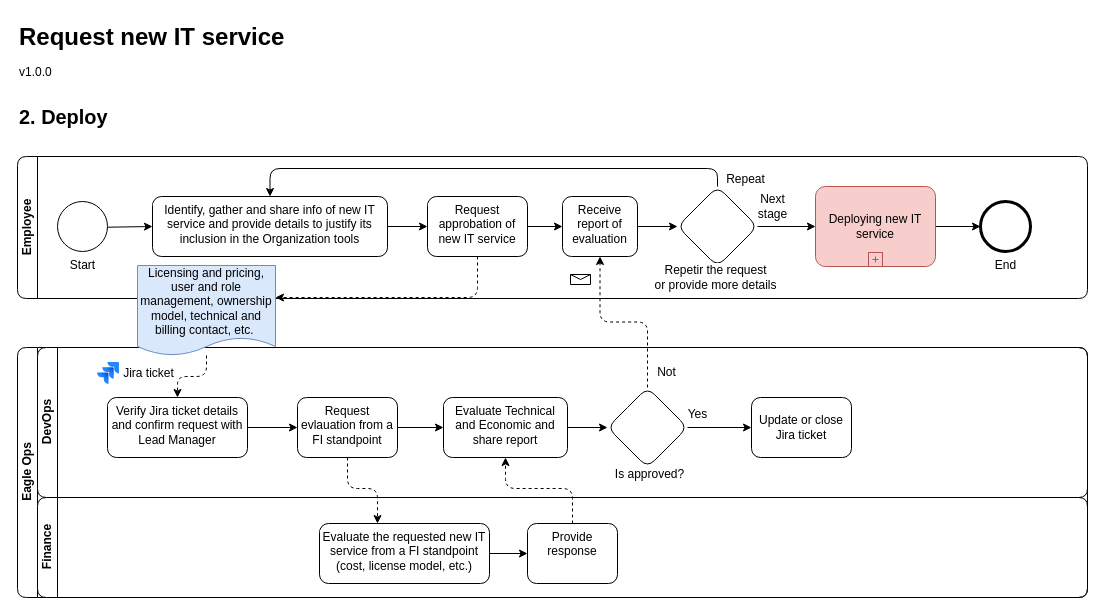
Before: page "Request new IT service - 2 Deploy" (8 of 8) of diagrams/eagleops-proc.drawio in chilcano/how-tos, a draw.io diagram. Source tidied: cells renumbered, new cells numbered last; positions are measured from the earlier drawing's top-left corner, leaving out a move shared by most shapes. Both pictures are drawn from the tidied source at 100%, with x=0, y=0 at pixel (17, 17).
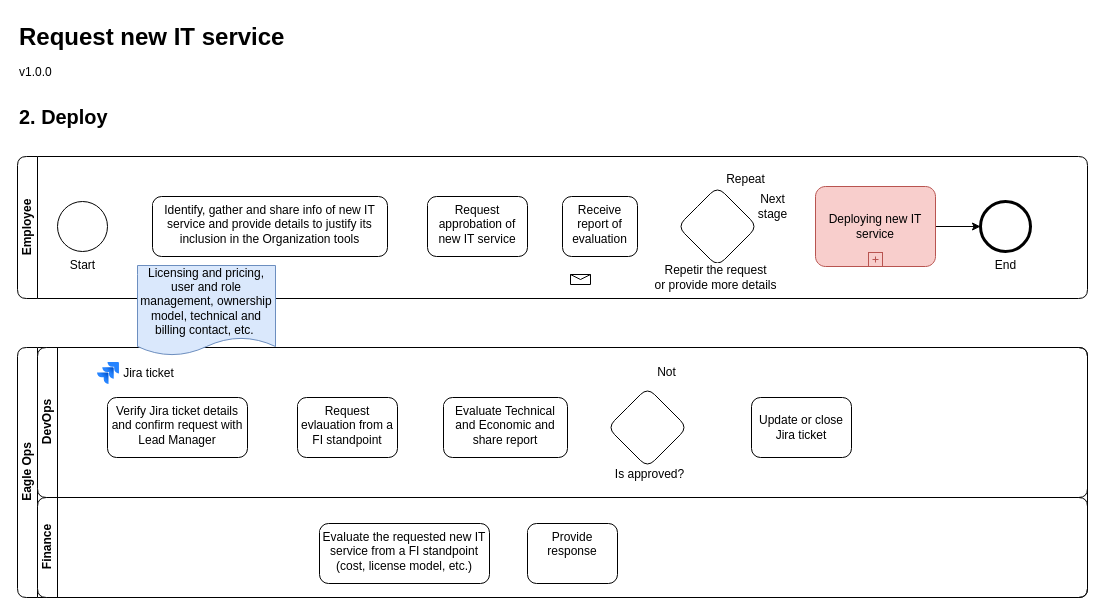
Above is the later version.

Commit message (it also covers changes not shown here):
feat(processes): add deploy new service diagram

BREAKING CHANGE: The deploy new service is still in draft. This process
is not recommended for production.

Unchanged cells that the change refers to:
```xml
<mxCell id="4" value="Eagle Ops" style="swimlane;horizontal=0;startSize=20;html=1;rounded=1;" parent="1" vertex="1">
  <mxGeometry y="330" width="1070" height="250" as="geometry" />
</mxCell>
<mxCell id="5" value="DevOps" style="swimlane;startSize=20;horizontal=0;html=1;rounded=1;" parent="4" vertex="1">
  <mxGeometry x="20" width="1050" height="150" as="geometry" />
</mxCell>
<mxCell id="7" value="Verify Jira ticket details and confirm request with Lead Manager" style="whiteSpace=wrap;html=1;verticalAlign=top;labelBackgroundColor=#ffffff;rounded=1;" parent="5" vertex="1">
  <mxGeometry x="70" y="50" width="140" height="60" as="geometry" />
</mxCell>
<mxCell id="8" value="Update or close Jira ticket" style="whiteSpace=wrap;html=1;rounded=1;" parent="5" vertex="1">
  <mxGeometry x="714" y="50" width="100" height="60" as="geometry" />
</mxCell>
<mxCell id="10" value="Request evlauation from a FI standpoint" style="whiteSpace=wrap;html=1;verticalAlign=top;labelBackgroundColor=#ffffff;rounded=1;" parent="5" vertex="1">
  <mxGeometry x="260" y="50" width="100" height="60" as="geometry" />
</mxCell>
<mxCell id="14" value="Evaluate Technical and Economic and share report" style="whiteSpace=wrap;html=1;verticalAlign=top;labelBackgroundColor=#ffffff;rounded=1;" parent="5" vertex="1">
  <mxGeometry x="406" y="50" width="124" height="60" as="geometry" />
</mxCell>
<mxCell id="17" style="rhombus;whiteSpace=wrap;html=1;verticalAlign=top;labelBackgroundColor=#ffffff;rounded=1;" parent="5" vertex="1">
  <mxGeometry x="570" y="40" width="80" height="80" as="geometry" />
</mxCell>
<mxCell id="20" value="Finance" style="swimlane;startSize=20;horizontal=0;html=1;rounded=1;" parent="4" vertex="1">
  <mxGeometry x="20" y="150" width="1050" height="100" as="geometry" />
</mxCell>
<mxCell id="22" value="Evaluate the requested new IT service from a FI standpoint (cost, license model, etc.)" style="whiteSpace=wrap;html=1;verticalAlign=top;labelBackgroundColor=#ffffff;rounded=1;" parent="20" vertex="1">
  <mxGeometry x="282" y="26" width="170" height="60" as="geometry" />
</mxCell>
<mxCell id="23" value="Provide response" style="whiteSpace=wrap;html=1;verticalAlign=top;labelBackgroundColor=#ffffff;rounded=1;" parent="20" vertex="1">
  <mxGeometry x="490" y="26" width="90" height="60" as="geometry" />
</mxCell>
<mxCell id="26" value="&lt;div&gt;Employee&lt;/div&gt;" style="swimlane;startSize=20;horizontal=0;html=1;whiteSpace=wrap;rounded=1;" parent="1" vertex="1">
  <mxGeometry y="139" width="1070" height="142" as="geometry" />
</mxCell>
<mxCell id="28" value="Start" style="points=[[0.145,0.145,0],[0.5,0,0],[0.855,0.145,0],[1,0.5,0],[0.855,0.855,0],[0.5,1,0],[0.145,0.855,0],[0,0.5,0]];shape=mxgraph.bpmn.event;html=1;verticalLabelPosition=bottom;labelBackgroundColor=#ffffff;verticalAlign=top;align=center;perimeter=ellipsePerimeter;outlineConnect=0;outline=standard;symbol=general;rounded=1;" parent="26" vertex="1">
  <mxGeometry x="40" y="45" width="50" height="50" as="geometry" />
</mxCell>
<mxCell id="30" value="Identify, gather and share info of new IT service and provide details to justify its inclusion in the Organization tools" style="whiteSpace=wrap;html=1;verticalAlign=top;labelBackgroundColor=#ffffff;rounded=1;" parent="26" vertex="1">
  <mxGeometry x="135" y="40" width="235" height="60" as="geometry" />
</mxCell>
<mxCell id="33" value="Request approbation of new IT service" style="whiteSpace=wrap;html=1;verticalAlign=top;labelBackgroundColor=#ffffff;rounded=1;" parent="26" vertex="1">
  <mxGeometry x="410" y="40" width="100" height="60" as="geometry" />
</mxCell>
<mxCell id="35" value="Receive report of evaluation" style="whiteSpace=wrap;html=1;verticalAlign=top;labelBackgroundColor=#ffffff;rounded=1;" parent="26" vertex="1">
  <mxGeometry x="545" y="40" width="75" height="60" as="geometry" />
</mxCell>
<mxCell id="38" style="rhombus;whiteSpace=wrap;html=1;verticalAlign=top;labelBackgroundColor=#ffffff;rounded=1;" parent="26" vertex="1">
  <mxGeometry x="660" y="30" width="80" height="80" as="geometry" />
</mxCell>
<mxCell id="42" value="Deploying new IT service" style="points=[[0.25,0,0],[0.5,0,0],[0.75,0,0],[1,0.25,0],[1,0.5,0],[1,0.75,0],[0.75,1,0],[0.5,1,0],[0.25,1,0],[0,0.75,0],[0,0.5,0],[0,0.25,0]];shape=mxgraph.bpmn.task;whiteSpace=wrap;rectStyle=rounded;size=10;html=1;taskMarker=abstract;isLoopSub=1;fillColor=#f8cecc;strokeColor=#b85450;" parent="26" vertex="1">
  <mxGeometry x="798" y="30" width="120" height="80" as="geometry" />
</mxCell>
<mxCell id="47" value="Licensing and pricing, user and role management, ownership model, technical and billing contact, etc.&amp;nbsp;" style="shape=document;whiteSpace=wrap;html=1;boundedLbl=1;size=0.2;fillColor=#dae8fc;strokeColor=#6c8ebf;" parent="1" vertex="1">
  <mxGeometry x="120" y="248" width="138" height="90" as="geometry" />
</mxCell>
```

What changed in the source:
```diff
@@
-    <mxCell id="6" style="edgeStyle=orthogonalEdgeStyle;html=1;" parent="5" edge="1" source="7" target="10">
-      <mxGeometry relative="1" as="geometry" />
-    </mxCell>
@@
-    <mxCell id="9" style="edgeStyle=orthogonalEdgeStyle;html=1;" parent="5" edge="1" source="10" target="14">
-      <mxGeometry relative="1" as="geometry" />
-    </mxCell>
@@
-    <mxCell id="13" style="edgeStyle=orthogonalEdgeStyle;html=1;" parent="5" edge="1" source="14" target="17">
-      <mxGeometry relative="1" as="geometry" />
-    </mxCell>
@@
-    <mxCell id="16" style="edgeStyle=orthogonalEdgeStyle;html=1;" parent="5" edge="1" source="17" target="8">
-      <mxGeometry relative="1" as="geometry" />
-    </mxCell>
@@
-    <mxCell id="19" value="Yes" style="text;html=1;align=center;verticalAlign=middle;strokeColor=none;fillColor=none;" parent="5" vertex="1">
-      <mxGeometry x="640" y="52" width="40" height="30" as="geometry" />
-    </mxCell>
@@
-    <mxCell id="21" style="edgeStyle=orthogonalEdgeStyle;html=1;" parent="20" edge="1" source="22" target="23">
-      <mxGeometry relative="1" as="geometry" />
-    </mxCell>
@@
-    <mxCell id="24" style="edgeStyle=orthogonalEdgeStyle;html=1;exitX=0.5;exitY=1;exitDx=0;exitDy=0;dashed=1;" parent="4" edge="1" source="10" target="22">
-      <mxGeometry relative="1" as="geometry">
-        <Array as="points">
-          <mxPoint x="330" y="141" />
-          <mxPoint x="360" y="141" />
-        </Array>
-      </mxGeometry>
-    </mxCell>
-    <mxCell id="25" style="edgeStyle=orthogonalEdgeStyle;html=1;dashed=1;" parent="4" edge="1" source="23" target="14">
-      <mxGeometry relative="1" as="geometry">
-        <Array as="points">
-          <mxPoint x="555" y="141" />
-          <mxPoint x="488" y="141" />
-        </Array>
-      </mxGeometry>
-    </mxCell>
@@
-    <mxCell id="27" style="edgeStyle=none;html=1;" parent="26" edge="1" source="28" target="30">
-      <mxGeometry relative="1" as="geometry" />
-    </mxCell>
@@
-    <mxCell id="29" style="edgeStyle=orthogonalEdgeStyle;html=1;" parent="26" edge="1" source="30" target="33">
-      <mxGeometry relative="1" as="geometry" />
-    </mxCell>
@@
-    <mxCell id="32" style="edgeStyle=orthogonalEdgeStyle;html=1;" parent="26" edge="1" source="33" target="35">
-      <mxGeometry relative="1" as="geometry" />
-    </mxCell>
@@
-    <mxCell id="34" style="edgeStyle=orthogonalEdgeStyle;html=1;entryX=0;entryY=0.5;entryDx=0;entryDy=0;" parent="26" edge="1" source="35" target="38">
-      <mxGeometry relative="1" as="geometry" />
-    </mxCell>
@@
-    <mxCell id="36" style="edgeStyle=orthogonalEdgeStyle;html=1;entryX=0.5;entryY=0;entryDx=0;entryDy=0;" parent="26" edge="1" source="38" target="30">
-      <mxGeometry relative="1" as="geometry">
-        <Array as="points">
-          <mxPoint x="700" y="12" />
-          <mxPoint x="253" y="12" />
-        </Array>
-      </mxGeometry>
-    </mxCell>
-    <mxCell id="37" style="edgeStyle=orthogonalEdgeStyle;html=1;entryX=0;entryY=0.5;entryDx=0;entryDy=0;entryPerimeter=0;" parent="26" edge="1" source="38" target="42">
-      <mxGeometry relative="1" as="geometry" />
-    </mxCell>
@@
-    <mxCell id="44" style="edgeStyle=orthogonalEdgeStyle;html=1;dashed=1;exitX=0.5;exitY=1;exitDx=0;exitDy=0;" parent="1" edge="1" source="33" target="47">
-      <mxGeometry relative="1" as="geometry">
-        <Array as="points">
-          <mxPoint x="460" y="280" />
-        </Array>
-      </mxGeometry>
-    </mxCell>
@@
-    <mxCell id="46" style="edgeStyle=orthogonalEdgeStyle;html=1;dashed=1;" parent="1" edge="1" source="47" target="7">
-      <mxGeometry relative="1" as="geometry" />
-    </mxCell>
@@
-    <mxCell id="48" style="edgeStyle=orthogonalEdgeStyle;html=1;entryX=0.5;entryY=1;entryDx=0;entryDy=0;dashed=1;" parent="1" edge="1" source="17" target="35">
-      <mxGeometry relative="1" as="geometry" />
-    </mxCell>
```
